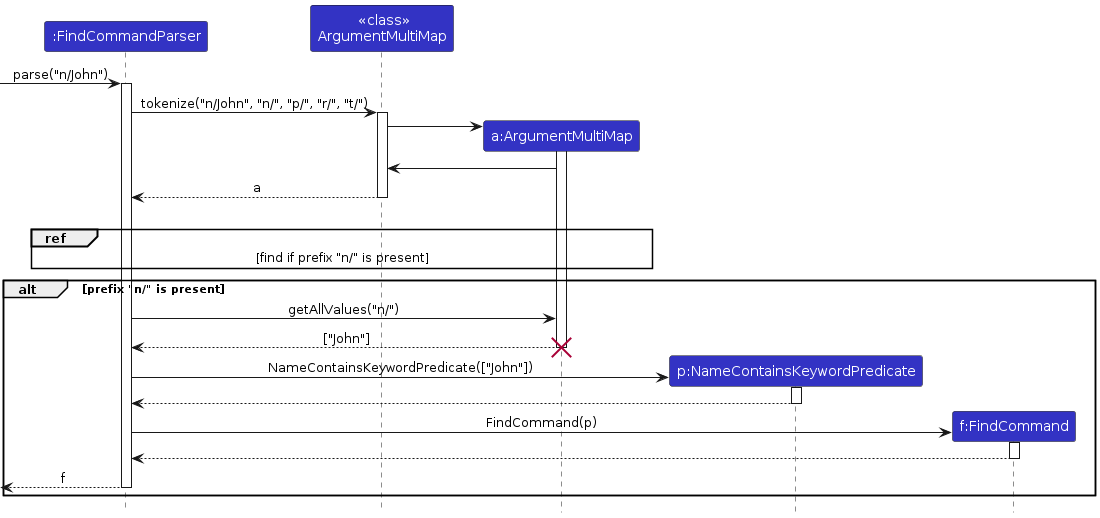
AY2425S2-CS2103-F09-3/tp keeps this PlantUML diagram as diagrams/InnerFindCommandParser.png. Above is the earlier version. Its source is kept beside it as diagrams/InnerFindCommandParser.puml.
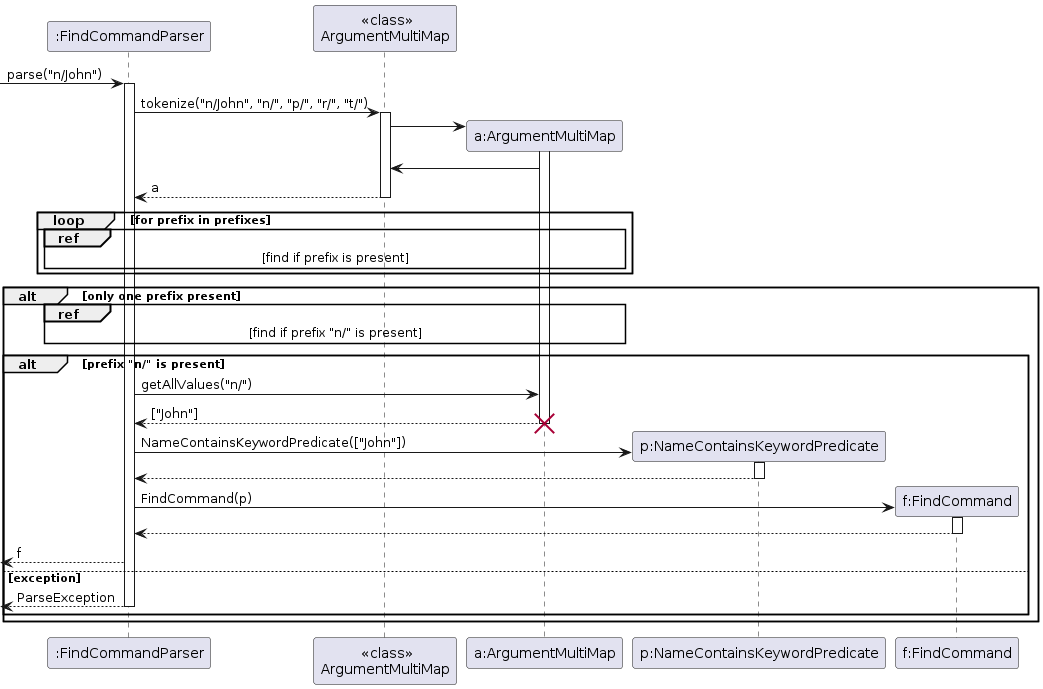
After the change.

Change to the diagram source:
```diff
@@ -1,12 +1,9 @@
 @startuml
-!include style.puml
-skinparam ArrowFontStyle plain
-
-participant ":FindCommandParser" as FindParser LOGIC_COLOR
-participant " <<class>>\nArgumentMultiMap" as Map LOGIC_COLOR
-participant "a:ArgumentMultiMap" as MapInstance LOGIC_COLOR
-participant "p:NameContainsKeywordPredicate" as Predicate LOGIC_COLOR
-participant "f:FindCommand" as Find LOGIC_COLOR
+participant ":FindCommandParser" as FindParser
+participant " <<class>>\nArgumentMultiMap" as Map
+participant "a:ArgumentMultiMap" as MapInstance
+participant "p:NameContainsKeywordPredicate" as Predicate
+participant "f:FindCommand" as Find
 
 -> FindParser: parse("n/John")
 activate FindParser
@@ -18,6 +15,12 @@
 MapInstance -> Map
 Map --> FindParser: a
 deactivate Map
+
+loop for prefix in prefixes
+
+ref over FindParser, MapInstance: [find if prefix is present]
+
+end
 
 alt only one prefix present
 
@@ -40,7 +43,11 @@
 Find --> FindParser:
 deactivate Find
 <-- FindParser: f
+else exception
+<-- FindParser: ParseException
 deactivate FindParser
 
 end
+
+end
 @enduml
```
